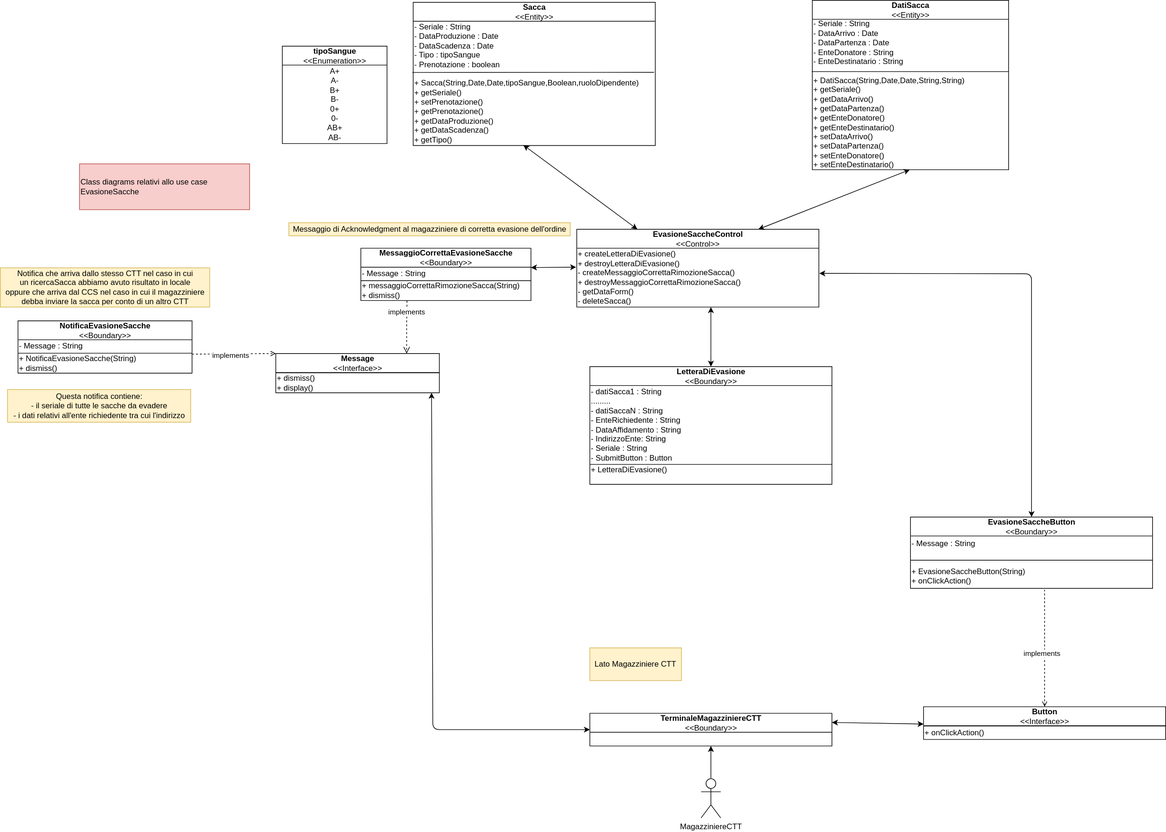
Before: System Definition/Editabili/Class diagrams/.svg/EvasioneSacche.svg, a diagram exported from draw.io (MarcoRuta/Sistema-gestione-CCS-CTT-UnaRegione). Source tidied: cells renumbered, new cells last; positions are measured from the earlier drawing's top-left corner, leaving out a move shared by most shapes.
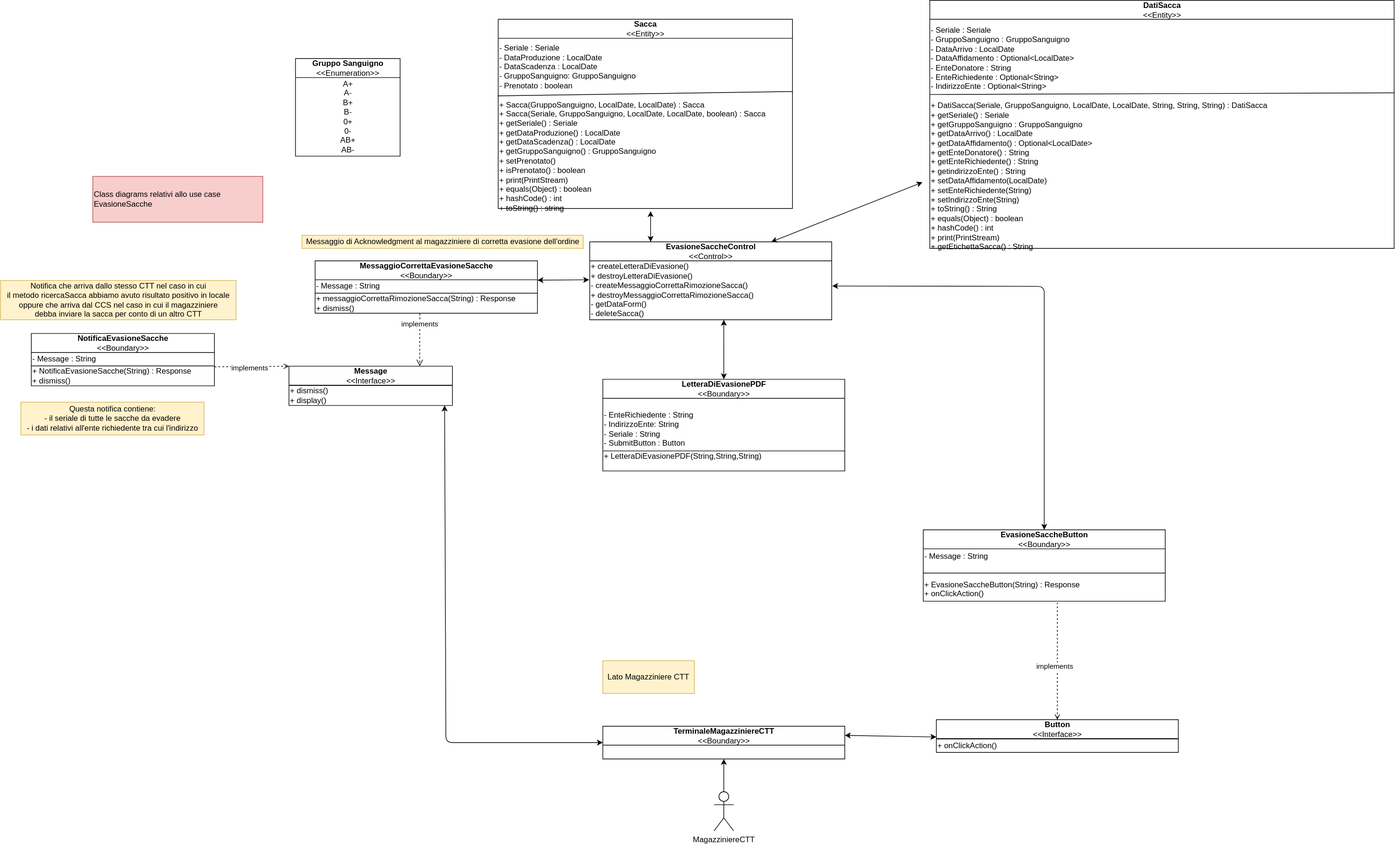
Later version of the same file.

Change to the diagram source:
```diff
@@ -3,42 +3,37 @@
     <mxCell id="0" />
     <mxCell id="1" parent="0" />
     <mxCell id="2" value="NotificaEvasioneSacche&lt;br&gt;&lt;span style=&quot;font-weight: 400&quot;&gt;&amp;lt;&amp;lt;Boundary&amp;gt;&amp;gt;&lt;/span&gt;" style="swimlane;fontStyle=1;align=center;verticalAlign=middle;horizontal=1;startSize=29;html=1;" parent="1" vertex="1">
-      <mxGeometry x="27" y="490" width="266" height="80" as="geometry" />
+      <mxGeometry x="27" y="490" width="280" height="80" as="geometry" />
     </mxCell>
     <mxCell id="3" value="- Message : String" style="text;html=1;align=left;verticalAlign=middle;" parent="2" vertex="1">
-      <mxGeometry y="29" width="266" height="20" as="geometry" />
+      <mxGeometry y="29" width="280" height="20" as="geometry" />
     </mxCell>
     <mxCell id="4" style="line;strokeWidth=1;fillColor=none;align=left;verticalAlign=middle;spacingTop=-1;spacingLeft=3;spacingRight=3;labelPosition=right;" parent="2" vertex="1">
-      <mxGeometry y="49" width="266" height="1" as="geometry" />
+      <mxGeometry y="49" width="280" height="1" as="geometry" />
     </mxCell>
-    <mxCell id="5" value="+ NotificaEvasioneSacche(String)&lt;br&gt;+ dismiss()" style="text;html=1;align=left;verticalAlign=middle;points=[];" parent="2" vertex="1">
-      <mxGeometry y="50" width="266" height="30" as="geometry" />
+    <mxCell id="5" value="+ NotificaEvasioneSacche(String) : Response&lt;br&gt;+ dismiss()" style="text;html=1;align=left;verticalAlign=middle;points=[];" parent="2" vertex="1">
+      <mxGeometry y="50" width="280" height="30" as="geometry" />
     </mxCell>
     <mxCell id="6" value="Class diagrams relativi allo use case EvasioneSacche&lt;br&gt;" style="text;html=1;strokeColor=#b85450;fillColor=#f8cecc;align=left;verticalAlign=middle;whiteSpace=wrap;rounded=0;" parent="1" vertex="1">
       <mxGeometry x="121" y="250" width="260" height="70" as="geometry" />
     </mxCell>
-    <mxCell id="7" value="tipoSangue&lt;br&gt;&lt;span style=&quot;font-weight: 400&quot;&gt;&amp;lt;&amp;lt;Enumeration&amp;gt;&amp;gt;&lt;/span&gt;" style="swimlane;fontStyle=1;align=center;verticalAlign=middle;horizontal=1;startSize=29;html=1;" parent="1" vertex="1">
+    <mxCell id="7" value="Gruppo Sanguigno&lt;br&gt;&lt;span style=&quot;font-weight: 400&quot;&gt;&amp;lt;&amp;lt;Enumeration&amp;gt;&amp;gt;&lt;/span&gt;" style="swimlane;fontStyle=1;align=center;verticalAlign=middle;horizontal=1;startSize=29;html=1;" parent="1" vertex="1">
       <mxGeometry x="431" y="70" width="160" height="149" as="geometry" />
     </mxCell>
     <mxCell id="8" value="&lt;div&gt;A+&lt;/div&gt;&lt;div&gt;A-&lt;/div&gt;&lt;div&gt;B+&lt;/div&gt;&lt;div&gt;B-&lt;/div&gt;&lt;div&gt;0+&lt;/div&gt;&lt;div&gt;0-&lt;/div&gt;&lt;div&gt;AB+&lt;/div&gt;&lt;div&gt;AB-&lt;/div&gt;" style="text;html=1;align=center;verticalAlign=middle;" parent="7" vertex="1">
       <mxGeometry y="29" width="160" height="120" as="geometry" />
     </mxCell>
-    <mxCell id="9" style="endArrow=classic;startArrow=classic;html=1;exitX=0.25;exitY=0;exitDx=0;exitDy=0;entryX=0.509;entryY=1.015;entryDx=0;entryDy=0;entryPerimeter=0;" parent="1" edge="1" source="27">
-      <mxGeometry relative="1" as="geometry">
-        <mxPoint x="799.3" y="221.2" as="targetPoint" />
-      </mxGeometry>
-    </mxCell>
-    <mxCell id="10" value="LetteraDiEvasione&lt;br&gt;&lt;span style=&quot;font-weight: 400&quot;&gt;&amp;lt;&amp;lt;Boundary&amp;gt;&amp;gt;&lt;/span&gt;" style="swimlane;fontStyle=1;align=center;verticalAlign=middle;horizontal=1;startSize=29;html=1;" parent="1" vertex="1">
-      <mxGeometry x="901" y="560" width="370" height="180" as="geometry" />
+    <mxCell id="10" value="LetteraDiEvasionePDF&lt;br&gt;&lt;span style=&quot;font-weight: 400&quot;&gt;&amp;lt;&amp;lt;Boundary&amp;gt;&amp;gt;&lt;/span&gt;" style="swimlane;fontStyle=1;align=center;verticalAlign=middle;horizontal=1;startSize=29;html=1;" parent="1" vertex="1">
+      <mxGeometry x="901" y="560" width="370" height="140" as="geometry" />
     </mxCell>
-    <mxCell id="11" value="- datiSacca1 : String&lt;br&gt;.........&lt;br&gt;- datiSaccaN&amp;nbsp;: String&lt;br&gt;- EnteRichiedente : String&lt;br&gt;- DataAffidamento : String&lt;br&gt;- IndirizzoEnte: String&lt;br&gt;- Seriale : String&lt;br&gt;- SubmitButton : Button" style="text;html=1;align=left;verticalAlign=middle;" parent="10" vertex="1">
-      <mxGeometry y="29" width="370" height="120" as="geometry" />
+    <mxCell id="11" value="&lt;br&gt;- EnteRichiedente : String&lt;br&gt;- IndirizzoEnte: String&lt;br&gt;- Seriale : String&lt;br&gt;- SubmitButton : Button" style="text;html=1;align=left;verticalAlign=middle;" parent="10" vertex="1">
+      <mxGeometry y="29" width="370" height="80" as="geometry" />
     </mxCell>
     <mxCell id="12" style="line;strokeWidth=1;fillColor=none;align=left;verticalAlign=middle;spacingTop=-1;spacingLeft=3;spacingRight=3;labelPosition=right;" parent="10" vertex="1">
-      <mxGeometry y="149" width="370" height="1" as="geometry" />
+      <mxGeometry y="109" width="370" height="1" as="geometry" />
     </mxCell>
-    <mxCell id="13" value="&lt;div&gt;&lt;span&gt;+ LetteraDiEvasione()&lt;/span&gt;&lt;/div&gt;&lt;div&gt;&lt;br&gt;&lt;/div&gt;" style="text;html=1;align=left;verticalAlign=middle;" parent="10" vertex="1">
-      <mxGeometry y="150" width="370" height="30" as="geometry" />
+    <mxCell id="13" value="&lt;div&gt;&lt;span&gt;+ LetteraDiEvasionePDF(String,String,String)&lt;/span&gt;&lt;/div&gt;&lt;div&gt;&lt;br&gt;&lt;/div&gt;" style="text;html=1;align=left;verticalAlign=middle;" parent="10" vertex="1">
+      <mxGeometry y="110" width="370" height="30" as="geometry" />
     </mxCell>
     <mxCell id="14" value="TerminaleMagazziniereCTT&lt;br&gt;&lt;span style=&quot;font-weight: 400&quot;&gt;&amp;lt;&amp;lt;Boundary&amp;gt;&amp;gt;&lt;/span&gt;" style="swimlane;fontStyle=1;align=center;verticalAlign=middle;horizontal=1;startSize=29;html=1;" parent="1" vertex="1">
       <mxGeometry x="901" y="1090" width="370" height="50" as="geometry" />
@@ -77,15 +72,15 @@
     <mxCell id="23" value="EvasioneSaccheButton&lt;br&gt;&lt;span style=&quot;font-weight: 400&quot;&gt;&amp;lt;&amp;lt;Boundary&amp;gt;&amp;gt;&lt;/span&gt;" style="swimlane;fontStyle=1;align=center;verticalAlign=middle;horizontal=1;startSize=29;html=1;" parent="1" vertex="1">
       <mxGeometry x="1391" y="790" width="370" height="109" as="geometry" />
     </mxCell>
+    <mxCell id="25" style="endArrow=none;html=1;" parent="23" edge="1">
+      <mxGeometry relative="1" as="geometry">
+        <mxPoint y="66" as="sourcePoint" />
+        <mxPoint x="370" y="66" as="targetPoint" />
+      </mxGeometry>
+    </mxCell>
-    <mxCell id="24" value="- Message : String&lt;br&gt;&lt;br&gt;&lt;br&gt;+ EvasioneSaccheButton(String)&lt;br&gt;+ onClickAction()" style="text;html=1;align=left;verticalAlign=middle;points=[];" parent="23" vertex="1">
+    <mxCell id="24" value="- Message : String&lt;br&gt;&lt;br&gt;&lt;br&gt;+ EvasioneSaccheButton(String) : Response&lt;br&gt;+ onClickAction()" style="text;html=1;align=left;verticalAlign=middle;points=[];" parent="23" vertex="1">
       <mxGeometry y="29" width="370" height="80" as="geometry" />
     </mxCell>
-    <mxCell id="25" style="endArrow=none;html=1;" parent="23" edge="1">
-      <mxGeometry relative="1" as="geometry">
-        <mxPoint y="66" as="sourcePoint" />
-        <mxPoint x="370" y="66" as="targetPoint" />
-      </mxGeometry>
-    </mxCell>
     <mxCell id="26" value="implements" style="html=1;verticalAlign=bottom;endArrow=none;dashed=1;endSize=8;endFill=0;startArrow=open;startFill=0;entryX=0.554;entryY=1.029;entryDx=0;entryDy=0;entryPerimeter=0;" parent="1" edge="1" source="19" target="24">
       <mxGeometry x="-0.2" y="4" relative="1" as="geometry" />
     </mxCell>
@@ -112,16 +107,16 @@
       </mxGeometry>
     </mxCell>
     <mxCell id="33" value="MessaggioCorrettaEvasioneSacche&lt;br&gt;&lt;span style=&quot;font-weight: 400&quot;&gt;&amp;lt;&amp;lt;Boundary&amp;gt;&amp;gt;&lt;/span&gt;" style="swimlane;fontStyle=1;align=center;verticalAlign=middle;horizontal=1;startSize=29;html=1;" parent="1" vertex="1">
-      <mxGeometry x="551" y="379" width="260" height="80" as="geometry" />
+      <mxGeometry x="461" y="379" width="340" height="80" as="geometry" />
     </mxCell>
     <mxCell id="34" value="- Message : String" style="text;html=1;align=left;verticalAlign=middle;points=[];" parent="33" vertex="1">
-      <mxGeometry y="29" width="260" height="20" as="geometry" />
+      <mxGeometry y="29" width="340" height="20" as="geometry" />
     </mxCell>
     <mxCell id="35" style="line;strokeWidth=1;fillColor=none;align=left;verticalAlign=middle;spacingTop=-1;spacingLeft=3;spacingRight=3;labelPosition=right;" parent="33" vertex="1">
-      <mxGeometry y="49" width="260" height="1" as="geometry" />
+      <mxGeometry y="49" width="340" height="1" as="geometry" />
     </mxCell>
-    <mxCell id="36" value="+ messaggioCorrettaRimozioneSacca(String)&lt;br&gt;+ dismiss()" style="text;html=1;align=left;verticalAlign=middle;points=[];" parent="33" vertex="1">
-      <mxGeometry y="50" width="260" height="30" as="geometry" />
+    <mxCell id="36" value="+ messaggioCorrettaRimozioneSacca(String) : Response&lt;br&gt;+ dismiss()" style="text;html=1;align=left;verticalAlign=middle;points=[];" parent="33" vertex="1">
+      <mxGeometry y="50" width="340" height="30" as="geometry" />
     </mxCell>
     <mxCell id="37" style="endArrow=classic;startArrow=classic;html=1;exitX=1;exitY=0.025;exitDx=0;exitDy=0;exitPerimeter=0;" parent="1" edge="1" source="34">
       <mxGeometry relative="1" as="geometry">
@@ -131,8 +126,8 @@
     <mxCell id="38" value="Lato Magazziniere CTT" style="text;html=1;strokeColor=#d6b656;fillColor=#fff2cc;align=center;verticalAlign=middle;whiteSpace=wrap;rounded=0;" parent="1" vertex="1">
       <mxGeometry x="901" y="990" width="140" height="50" as="geometry" />
     </mxCell>
-    <mxCell id="39" value="Notifica che arriva dallo stesso CTT nel caso in cui&lt;br&gt;un ricercaSacca abbiamo avuto risultato in locale&lt;br&gt;oppure che arriva dal CCS nel caso in cui il magazziniere&lt;br&gt;debba inviare la sacca per conto di un altro CTT" style="text;html=1;align=center;verticalAlign=middle;fillColor=#fff2cc;strokeColor=#d6b656;" parent="1" vertex="1">
-      <mxGeometry y="409" width="320" height="60" as="geometry" />
+    <mxCell id="39" value="Notifica che arriva dallo stesso CTT nel caso in cui&lt;br&gt;il metodo ricercaSacca abbiamo avuto risultato positivo in locale&lt;br&gt;oppure che arriva dal CCS nel caso in cui il magazziniere&lt;br&gt;debba inviare la sacca per conto di un altro CTT" style="text;html=1;align=center;verticalAlign=middle;fillColor=#fff2cc;strokeColor=#d6b656;" parent="1" vertex="1">
+      <mxGeometry x="-20" y="409" width="360" height="60" as="geometry" />
     </mxCell>
     <mxCell id="40" style="endArrow=open;startArrow=none;html=1;exitX=1;exitY=0.032;exitDx=0;exitDy=0;exitPerimeter=0;entryX=0;entryY=0;entryDx=0;entryDy=0;dashed=1;endFill=0;startFill=0;" parent="1" edge="1" source="5" target="29">
       <mxGeometry relative="1" as="geometry" />
@@ -140,7 +135,7 @@
     <mxCell id="41" value="implements" style="edgeLabel;html=1;align=center;verticalAlign=middle;" parent="40" vertex="1">
       <mxGeometry x="-0.08" y="-2" relative="1" as="geometry" />
     </mxCell>
-    <mxCell id="42" value="implements" style="html=1;verticalAlign=bottom;endArrow=open;dashed=1;endSize=8;exitX=0.271;exitY=1.011;exitDx=0;exitDy=0;endFill=0;startArrow=none;startFill=0;exitPerimeter=0;" parent="1" edge="1" source="36">
+    <mxCell id="42" value="implements" style="html=1;verticalAlign=bottom;endArrow=open;dashed=1;endSize=8;exitX=0.471;exitY=1.011;exitDx=0;exitDy=0;endFill=0;startArrow=none;startFill=0;exitPerimeter=0;" parent="1" edge="1" source="36">
       <mxGeometry x="-0.36" relative="1" as="geometry">
         <mxPoint x="621" y="540" as="targetPoint" />
         <Array as="points">
@@ -148,38 +143,44 @@
         </Array>
       </mxGeometry>
     </mxCell>
-    <mxCell id="43" value="DatiSacca&lt;br&gt;&lt;span style=&quot;font-weight: 400&quot;&gt;&amp;lt;&amp;lt;Entity&amp;gt;&amp;gt;&lt;/span&gt;" style="swimlane;fontStyle=1;align=center;verticalAlign=middle;horizontal=1;startSize=29;html=1;" parent="1" vertex="1">
-      <mxGeometry x="1241" width="300" height="259" as="geometry" />
-    </mxCell>
-    <mxCell id="44" value="- Seriale : String&lt;br&gt;- DataArrivo : Date&lt;br&gt;- DataPartenza : Date&lt;br&gt;- EnteDonatore : String&lt;br&gt;- EnteDestinatario : String&lt;br&gt;&lt;br&gt;+ DatiSacca(String,Date,Date,String,String)&lt;br&gt;+ getSeriale()&lt;br&gt;+ getDataArrivo()&lt;br&gt;+ getDataPartenza()&lt;br&gt;+ getEnteDonatore()&lt;br&gt;+ getEnteDestinatario()&lt;br&gt;+ setDataArrivo()&lt;br&gt;+ setDataPartenza()&lt;br&gt;+ setEnteDonatore()&lt;br&gt;+ setEnteDestinatario()" style="text;html=1;align=left;verticalAlign=middle;points=[];" parent="43" vertex="1">
-      <mxGeometry y="29" width="300" height="230" as="geometry" />
-    </mxCell>
-    <mxCell id="45" style="endArrow=none;html=1;" parent="43" edge="1">
-      <mxGeometry relative="1" as="geometry">
-        <mxPoint x="-1" y="109" as="sourcePoint" />
-        <mxPoint x="300" y="109" as="targetPoint" />
-      </mxGeometry>
-    </mxCell>
-    <mxCell id="46" style="endArrow=classic;startArrow=classic;html=1;exitX=0.496;exitY=1;exitDx=0;exitDy=0;entryX=0.75;entryY=0;entryDx=0;entryDy=0;exitPerimeter=0;" parent="1" edge="1" source="44" target="27">
-      <mxGeometry relative="1" as="geometry" />
+    <mxCell id="46" style="endArrow=classic;startArrow=classic;html=1;exitX=0.496;exitY=1;exitDx=0;exitDy=0;entryX=0.75;entryY=0;entryDx=0;entryDy=0;exitPerimeter=0;" parent="1" edge="1" target="27">
+      <mxGeometry relative="1" as="geometry">
+        <mxPoint x="1389.8" y="259" as="sourcePoint" />
+      </mxGeometry>
     </mxCell>
     <mxCell id="47" value="Messaggio di Acknowledgment al magazziniere di corretta evasione dell'ordine" style="text;html=1;align=center;verticalAlign=middle;fillColor=#fff2cc;strokeColor=#d6b656;" parent="1" vertex="1">
       <mxGeometry x="441" y="340" width="430" height="20" as="geometry" />
     </mxCell>
+    <mxCell id="51" value="Questa notifica contiene:&lt;br&gt;- il seriale di tutte le sacche da evadere&lt;br&gt;- i dati relativi all'ente richiedente tra cui l'indirizzo" style="text;html=1;align=center;verticalAlign=middle;fillColor=#fff2cc;strokeColor=#d6b656;" parent="1" vertex="1">
+      <mxGeometry x="11" y="595" width="280" height="50" as="geometry" />
+    </mxCell>
+    <mxCell id="9" style="endArrow=classic;startArrow=classic;html=1;" parent="1" edge="1">
+      <mxGeometry relative="1" as="geometry">
+        <mxPoint x="974" y="350" as="sourcePoint" />
+        <mxPoint x="974" y="303" as="targetPoint" />
+      </mxGeometry>
+    </mxCell>
     <mxCell id="48" value="Sacca&lt;br&gt;&lt;span style=&quot;font-weight: 400&quot;&gt;&amp;lt;&amp;lt;Entity&amp;gt;&amp;gt;&lt;/span&gt;" style="swimlane;fontStyle=1;align=center;verticalAlign=middle;horizontal=1;startSize=29;html=1;" parent="1" vertex="1">
-      <mxGeometry x="631" y="3" width="370" height="219" as="geometry" />
+      <mxGeometry x="741" y="10" width="450" height="289" as="geometry" />
     </mxCell>
-    <mxCell id="49" value="- Seriale : String&lt;br&gt;- DataProduzione : Date&lt;br&gt;- DataScadenza : Date&lt;br&gt;- Tipo : tipoSangue&lt;br&gt;- Prenotazione : boolean&lt;br&gt;&lt;br&gt;+ Sacca(String,Date,Date,tipoSangue,Boolean,ruoloDipendente)&lt;br&gt;+ getSeriale()&lt;br&gt;+ setPrenotazione()&lt;br&gt;+ getPrenotazione()&lt;br&gt;+ getDataProduzione()&lt;br&gt;+ getDataScadenza()&lt;br&gt;+ getTipo()" style="text;html=1;align=left;verticalAlign=middle;" parent="48" vertex="1">
-      <mxGeometry y="29" width="370" height="190" as="geometry" />
-    </mxCell>
-    <mxCell id="50" style="endArrow=none;html=1;exitX=-0.001;exitY=0.37;exitDx=0;exitDy=0;exitPerimeter=0;" parent="48" edge="1">
-      <mxGeometry relative="1" as="geometry">
-        <mxPoint x="-1.4" y="107.3" as="sourcePoint" />
-        <mxPoint x="368" y="107" as="targetPoint" />
-      </mxGeometry>
-    </mxCell>
-    <mxCell id="51" value="Questa notifica contiene:&lt;br&gt;- il seriale di tutte le sacche da evadere&lt;br&gt;- i dati relativi all'ente richiedente tra cui l'indirizzo" style="text;html=1;align=center;verticalAlign=middle;fillColor=#fff2cc;strokeColor=#d6b656;" parent="1" vertex="1">
-      <mxGeometry x="11" y="595" width="280" height="50" as="geometry" />
-    </mxCell>
+    <mxCell id="52" value="&lt;br&gt;- Seriale : Seriale&lt;br&gt;- DataProduzione :&amp;nbsp;LocalDate&amp;nbsp;&lt;br&gt;- DataScadenza :&amp;nbsp;LocalDate&amp;nbsp;&lt;br&gt;- GruppoSanguigno: GruppoSanguigno&lt;br&gt;- Prenotato : boolean&lt;br&gt;&lt;br&gt;+ Sacca(GruppoSanguigno, LocalDate, LocalDate) : Sacca&lt;br&gt;+ Sacca(Seriale, GruppoSanguigno, LocalDate, LocalDate, boolean) : Sacca&lt;br&gt;+ getSeriale() : Seriale&lt;br&gt;+ getDataProduzione() :&amp;nbsp;LocalDate&amp;nbsp;&lt;br&gt;+ getDataScadenza() :&amp;nbsp;LocalDate&amp;nbsp;&lt;br&gt;+ getGruppoSanguigno() : GruppoSanguigno&lt;br&gt;+ setPrenotato()&lt;br&gt;+ isPrenotato() : boolean&lt;br&gt;+ print(PrintStream)&lt;br&gt;+ equals(Object) : boolean&lt;br&gt;+ hashCode() : int&lt;br&gt;+ toString() : string&lt;br&gt;" style="text;html=1;align=left;verticalAlign=middle;points=[];" parent="48" vertex="1">
+      <mxGeometry y="29" width="450" height="260" as="geometry" />
+    </mxCell>
+    <mxCell id="53" style="endArrow=none;html=1;entryX=1.001;entryY=0.313;entryDx=0;entryDy=0;entryPerimeter=0;" parent="48" edge="1" target="52">
+      <mxGeometry relative="1" as="geometry">
+        <mxPoint x="-1" y="117" as="sourcePoint" />
+      </mxGeometry>
+    </mxCell>
+    <mxCell id="43" value="DatiSacca&lt;br&gt;&lt;span style=&quot;font-weight: 400&quot;&gt;&amp;lt;&amp;lt;Entity&amp;gt;&amp;gt;&lt;/span&gt;" style="swimlane;fontStyle=1;align=center;verticalAlign=middle;horizontal=1;startSize=29;html=1;" parent="1" vertex="1">
+      <mxGeometry x="1401" y="-19" width="710" height="379" as="geometry" />
+    </mxCell>
+    <mxCell id="54" value="&lt;br&gt;-&amp;nbsp;Seriale : Seriale&lt;br&gt;- GruppoSanguigno : GruppoSanguigno&lt;br&gt;- DataArrivo : LocalDate&lt;br&gt;- DataAffidamento : Optional&amp;lt;LocalDate&amp;gt;&lt;br&gt;- EnteDonatore : String&lt;br&gt;- EnteRichiedente : Optional&amp;lt;String&amp;gt;&lt;br&gt;- IndirizzoEnte : Optional&amp;lt;String&amp;gt;&lt;br&gt;&lt;br&gt;+ DatiSacca(Seriale, GruppoSanguigno, LocalDate, LocalDate, String, String, String) : DatiSacca&lt;br&gt;+ getSeriale() : Seriale&lt;br&gt;+ getGruppoSanguigno : GruppoSanguigno&lt;br&gt;+ getDataArrivo() : LocalDate&lt;br&gt;+ getDataAffidamento() : Optional&amp;lt;LocalDate&amp;gt;&lt;br&gt;+ getEnteDonatore() : String&lt;br&gt;+ getEnteRichiedente() : String&lt;br&gt;+ getindirizzoEnte() : String&lt;br&gt;+ setDataAffidamento(LocalDate)&amp;nbsp;&lt;br&gt;+ setEnteRichiedente(String)&lt;br&gt;+ setIndirizzoEnte(String)&lt;br&gt;+ toString() : String&lt;br&gt;+ equals(Object) : boolean&lt;br&gt;+ hashCode() : int&lt;br&gt;+ print(PrintStream)&lt;br&gt;+ getEtichettaSacca() : String&lt;br&gt;" style="text;html=1;align=left;verticalAlign=middle;points=[];" parent="43" vertex="1">
+      <mxGeometry y="29" width="710" height="350" as="geometry" />
+    </mxCell>
+    <mxCell id="55" style="endArrow=none;html=1;entryX=1.001;entryY=0.321;entryDx=0;entryDy=0;entryPerimeter=0;" parent="43" edge="1" target="54">
+      <mxGeometry relative="1" as="geometry">
+        <mxPoint y="143.9" as="sourcePoint" />
+      </mxGeometry>
+    </mxCell>
   </root>
 </mxGraphModel>
```
